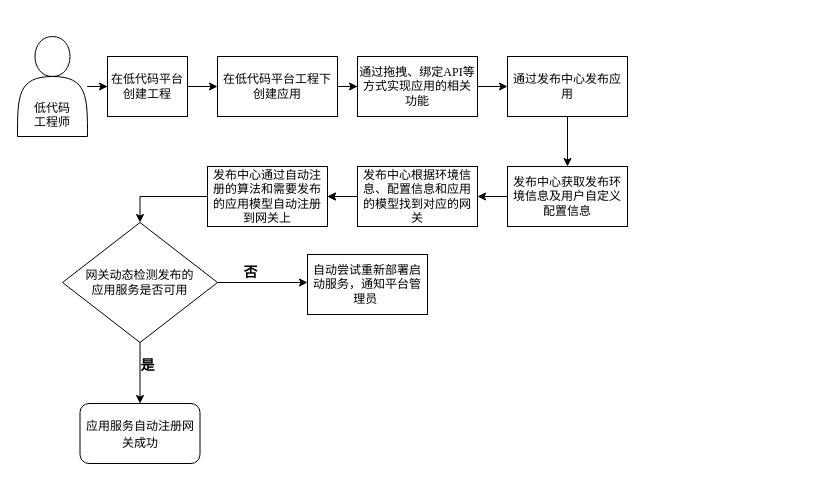
The draw.io diagram page "Page-1" (1 of 2) of Untitled Diagram.drawio in KingDracula/nodeStudy, before the edit. Source tidied: cells renumbered, new cells numbered last; positions are measured from the earlier drawing's top-left corner, leaving out a move shared by most shapes. Both pictures are drawn from the tidied source at 100%, with x=0, y=0 at pixel (17, 36).
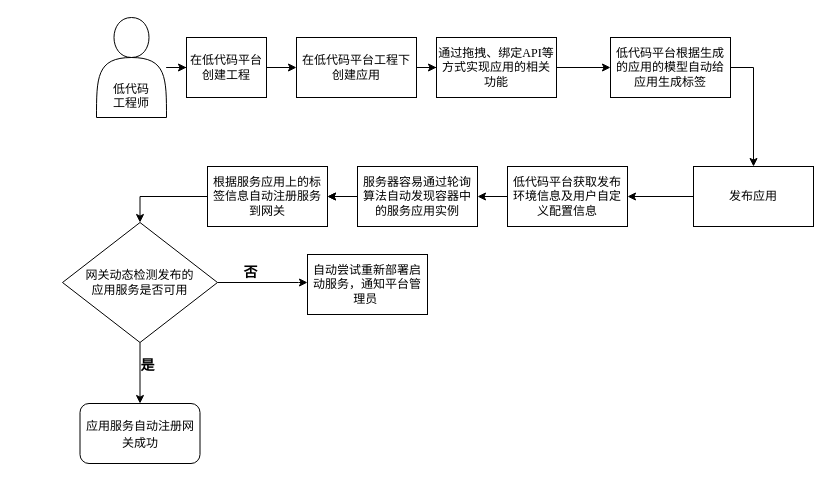
Above is the later version.

Change to the diagram source:
```diff
@@
     <mxCell id="3" value="&lt;br&gt;&lt;br&gt;&lt;br&gt;&lt;br&gt;低代码&lt;br&gt;工程师" style="shape=actor;whiteSpace=wrap;html=1;" parent="1" vertex="1">
-      <mxGeometry width="70" height="100" as="geometry" />
+      <mxGeometry x="79" y="-19" width="70" height="100" as="geometry" />
     </mxCell>
@@
     <mxCell id="5" value="在低代码平台创建工程" style="whiteSpace=wrap;html=1;" parent="1" vertex="1">
-      <mxGeometry x="90" y="20" width="80" height="60" as="geometry" />
+      <mxGeometry x="169" y="1" width="80" height="60" as="geometry" />
     </mxCell>
@@
     <mxCell id="7" value="在低代码平台工程下创建应用" style="whiteSpace=wrap;html=1;" parent="1" vertex="1">
-      <mxGeometry x="200" y="20" width="120" height="60" as="geometry" />
+      <mxGeometry x="279" y="1" width="120" height="60" as="geometry" />
     </mxCell>
-    <mxCell id="8" style="edgeStyle=orthogonalEdgeStyle;rounded=0;jettySize=auto;html=1;" parent="1" edge="1" source="9" target="11">
+    <mxCell id="8" style="edgeStyle=orthogonalEdgeStyle;rounded=0;jettySize=auto;html=1;exitX=1;exitY=0.5;exitDx=0;exitDy=0;" parent="1" edge="1" source="28" target="11">
       <mxGeometry relative="1" as="geometry" />
     </mxCell>
+    <mxCell id="27" style="edgeStyle=orthogonalEdgeStyle;rounded=0;jettySize=auto;html=1;fontSize=12;" parent="1" edge="1" source="9" target="28">
+      <mxGeometry relative="1" as="geometry" />
+    </mxCell>
     <mxCell id="9" value="&lt;font style=&quot;font-size: 12px&quot;&gt;通过拖拽、绑定&lt;span lang=&quot;EN-US&quot; style=&quot;font-family: &amp;#34;times new roman&amp;#34; , serif&quot;&gt;API&lt;/span&gt;等方式实现应用的相关功能&lt;/font&gt;" style="whiteSpace=wrap;html=1;" parent="1" vertex="1">
-      <mxGeometry x="340" y="20" width="120" height="60" as="geometry" />
+      <mxGeometry x="419" y="1" width="120" height="60" as="geometry" />
     </mxCell>
-    <mxCell id="10" style="edgeStyle=orthogonalEdgeStyle;rounded=0;jettySize=auto;html=1;entryX=0.5;entryY=0;entryDx=0;entryDy=0;" parent="1" edge="1" source="11" target="18">
+    <mxCell id="10" style="edgeStyle=orthogonalEdgeStyle;rounded=0;jettySize=auto;html=1;entryX=1;entryY=0.5;entryDx=0;entryDy=0;" parent="1" edge="1" source="11" target="18">
       <mxGeometry relative="1" as="geometry" />
     </mxCell>
-    <mxCell id="11" value="通过发布中心发布应用" style="whiteSpace=wrap;html=1;" parent="1" vertex="1">
-      <mxGeometry x="490" y="20" width="120" height="60" as="geometry" />
+    <mxCell id="11" value="发布应用" style="whiteSpace=wrap;html=1;" parent="1" vertex="1">
+      <mxGeometry x="676" y="130" width="120" height="60" as="geometry" />
     </mxCell>
@@
-    <mxCell id="14" value="发布中心根据环境信息、配置信息和应用的模型找到对应的网关" style="whiteSpace=wrap;html=1;" parent="1" vertex="1">
+    <mxCell id="14" value="服务器容易通过轮询算法自动发现容器中的服务应用实例" style="whiteSpace=wrap;html=1;" parent="1" vertex="1">
       <mxGeometry x="340" y="130" width="120" height="60" as="geometry" />
     </mxCell>
@@
-    <mxCell id="16" value="发布中心通过自动注册的算法和需要发布的应用模型自动注册到网关上" style="whiteSpace=wrap;html=1;" parent="1" vertex="1">
+    <mxCell id="16" value="根据服务应用上的标签信息自动注册服务到网关" style="whiteSpace=wrap;html=1;" parent="1" vertex="1">
       <mxGeometry x="190" y="130" width="120" height="60" as="geometry" />
     </mxCell>
@@
-    <mxCell id="18" value="&lt;font style=&quot;font-size: 12px&quot;&gt;发布中心获取发布环境信息及用户自定义配置信息&lt;/font&gt;" style="whiteSpace=wrap;html=1;" parent="1" vertex="1">
+    <mxCell id="18" value="&lt;font style=&quot;font-size: 12px&quot;&gt;低代码平台获取发布环境信息及用户自定义配置信息&lt;/font&gt;" style="whiteSpace=wrap;html=1;" parent="1" vertex="1">
       <mxGeometry x="490" y="130" width="120" height="60" as="geometry" />
     </mxCell>
@@
+    <mxCell id="28" value="低代码平台根据生成的应用的模型自动给应用生成标签" style="whiteSpace=wrap;html=1;" parent="1" vertex="1">
+      <mxGeometry x="593" y="1" width="120" height="60" as="geometry" />
+    </mxCell>
```
